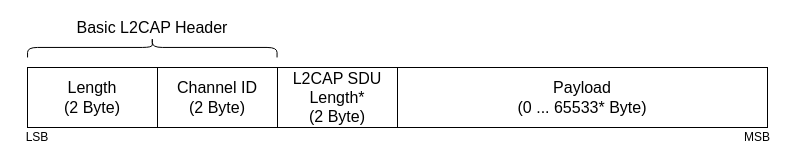
The draw.io diagram doc/bachelor_thesis_german/graphics/source/l2cap_datenpaket_credit_based.drawio in immrn/secure-ble-for-esp32-android, before the edit. Source tidied: cells renumbered, new cells numbered last; positions are measured from the earlier drawing's top-left corner, leaving out a move shared by most shapes. Both pictures are drawn from the tidied source at 100%, with x=0, y=0 at pixel (17, -78).
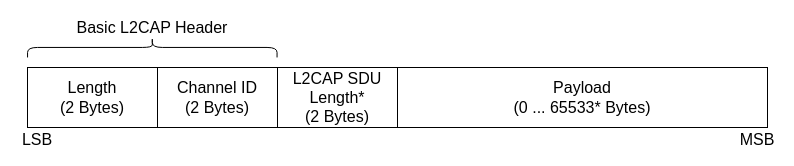
The same diagram, later.

Change to the diagram source:
```diff
@@
 <mxGraphModel>
   <root>
     <mxCell id="0" />
     <mxCell id="1" parent="0" />
-    <mxCell id="2" value="&lt;font style=&quot;font-size: 16px&quot;&gt;Payload&lt;br&gt;(0 ... 65533* Byte)&lt;br&gt;&lt;/font&gt;" style="rounded=0;whiteSpace=wrap;html=1;" parent="1" vertex="1">
+    <mxCell id="2" value="&lt;font style=&quot;font-size: 16px&quot;&gt;Payload&lt;br&gt;(0 ... 65533* Bytes)&lt;br&gt;&lt;/font&gt;" style="rounded=0;whiteSpace=wrap;html=1;" parent="1" vertex="1">
       <mxGeometry x="380" y="145" width="370" height="60" as="geometry" />
     </mxCell>
-    <mxCell id="3" value="&lt;font style=&quot;font-size: 16px&quot;&gt;Channel ID&lt;br&gt;(2 Byte)&lt;/font&gt;" style="rounded=0;whiteSpace=wrap;html=1;" parent="1" vertex="1">
+    <mxCell id="3" value="&lt;font style=&quot;font-size: 16px&quot;&gt;Channel ID&lt;br&gt;(2 Bytes)&lt;/font&gt;" style="rounded=0;whiteSpace=wrap;html=1;" parent="1" vertex="1">
       <mxGeometry x="140" y="145" width="120" height="60" as="geometry" />
     </mxCell>
-    <mxCell id="4" value="&lt;font style=&quot;font-size: 16px&quot;&gt;Length&lt;br&gt;(2 Byte)&lt;/font&gt;" style="rounded=0;whiteSpace=wrap;html=1;" parent="1" vertex="1">
+    <mxCell id="4" value="&lt;font style=&quot;font-size: 16px&quot;&gt;Length&lt;br&gt;(2 Bytes)&lt;/font&gt;" style="rounded=0;whiteSpace=wrap;html=1;" parent="1" vertex="1">
       <mxGeometry x="10" y="145" width="130" height="60" as="geometry" />
     </mxCell>
     <mxCell id="5" style="shape=curlyBracket;whiteSpace=wrap;html=1;rounded=1;rotation=90;" parent="1" vertex="1">
       <mxGeometry x="124.8" y="0.2" width="20" height="249.5" as="geometry" />
     </mxCell>
     <mxCell id="6" value="&lt;font style=&quot;font-size: 16px&quot;&gt;Basic L2CAP Header&lt;/font&gt;" style="text;html=1;strokeColor=none;fillColor=none;align=center;verticalAlign=middle;whiteSpace=wrap;rounded=0;" parent="1" vertex="1">
       <mxGeometry x="39.8" y="95" width="190" height="20" as="geometry" />
     </mxCell>
-    <mxCell id="7" value="MSB" style="text;html=1;strokeColor=none;fillColor=none;align=center;verticalAlign=middle;whiteSpace=wrap;rounded=0;" parent="1" vertex="1">
-      <mxGeometry x="720" y="205" width="40" height="20" as="geometry" />
+    <mxCell id="7" value="MSB" style="text;html=1;strokeColor=none;fillColor=none;align=center;verticalAlign=middle;whiteSpace=wrap;rounded=0;fontSize=16;" parent="1" vertex="1">
+      <mxGeometry x="720" y="207" width="40" height="20" as="geometry" />
     </mxCell>
-    <mxCell id="8" value="LSB" style="text;html=1;strokeColor=none;fillColor=none;align=center;verticalAlign=middle;whiteSpace=wrap;rounded=0;" parent="1" vertex="1">
-      <mxGeometry y="205" width="40" height="20" as="geometry" />
+    <mxCell id="8" value="LSB" style="text;html=1;strokeColor=none;fillColor=none;align=center;verticalAlign=middle;whiteSpace=wrap;rounded=0;fontSize=16;" parent="1" vertex="1">
+      <mxGeometry y="207" width="40" height="20" as="geometry" />
     </mxCell>
-    <mxCell id="9" value="&lt;font style=&quot;font-size: 16px&quot;&gt;L2CAP SDU Length*&lt;br&gt;(2 Byte)&lt;/font&gt;" style="rounded=0;whiteSpace=wrap;html=1;" parent="1" vertex="1">
+    <mxCell id="9" value="&lt;font style=&quot;font-size: 16px&quot;&gt;L2CAP SDU Length*&lt;br&gt;(2 Bytes)&lt;/font&gt;" style="rounded=0;whiteSpace=wrap;html=1;" parent="1" vertex="1">
       <mxGeometry x="260" y="145" width="120" height="60" as="geometry" />
     </mxCell>
   </root>
 </mxGraphModel>
```
